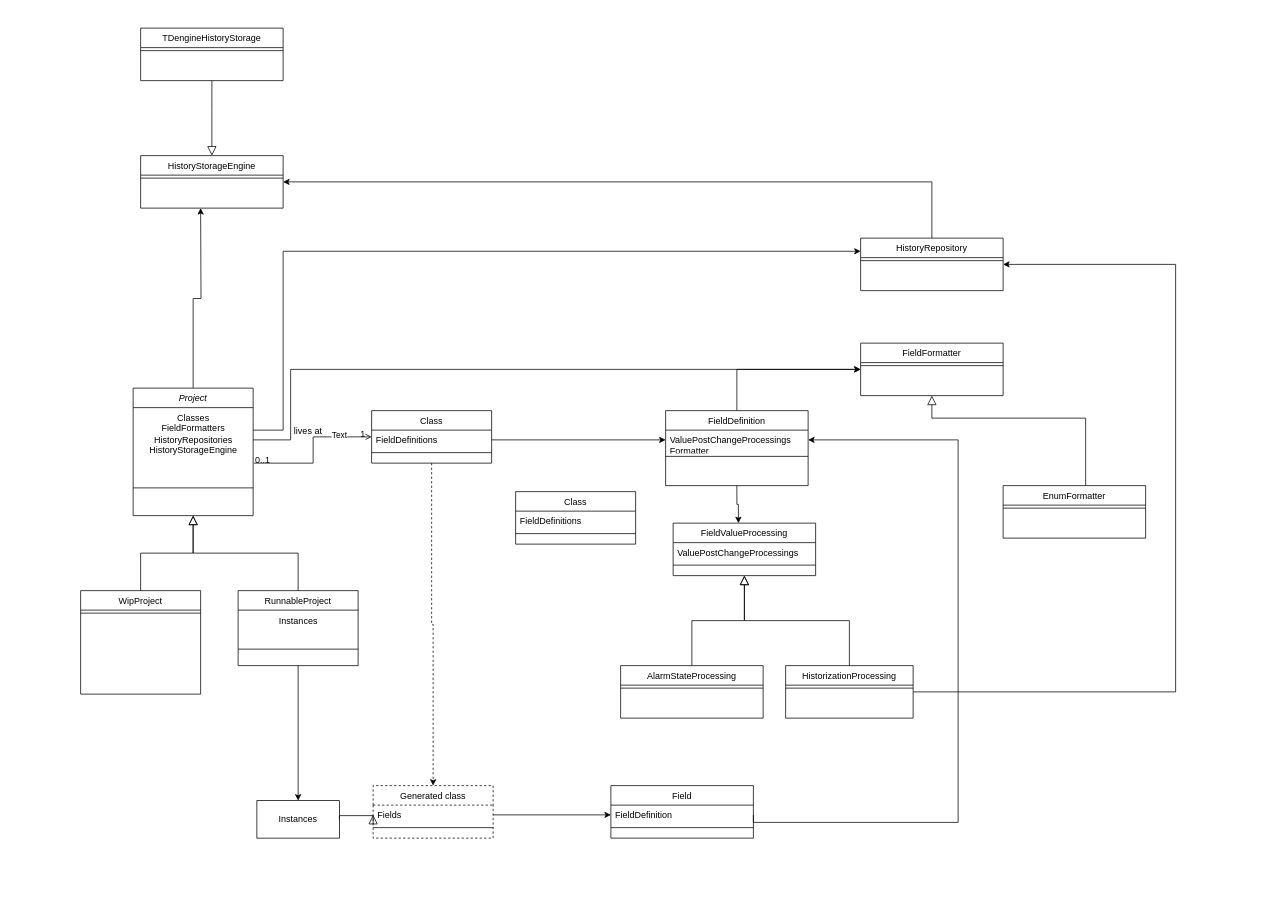
PVanack/pva.SuperV keeps this draw.io diagram as drawings/Structure.drawio. Above is the earlier version. Source tidied: cells renumbered, new cells numbered last; positions are measured from the earlier drawing's top-left corner, leaving out a move shared by most shapes. Both pictures are drawn from the tidied source at 75%, with x=0, y=0 at pixel (80, 28).
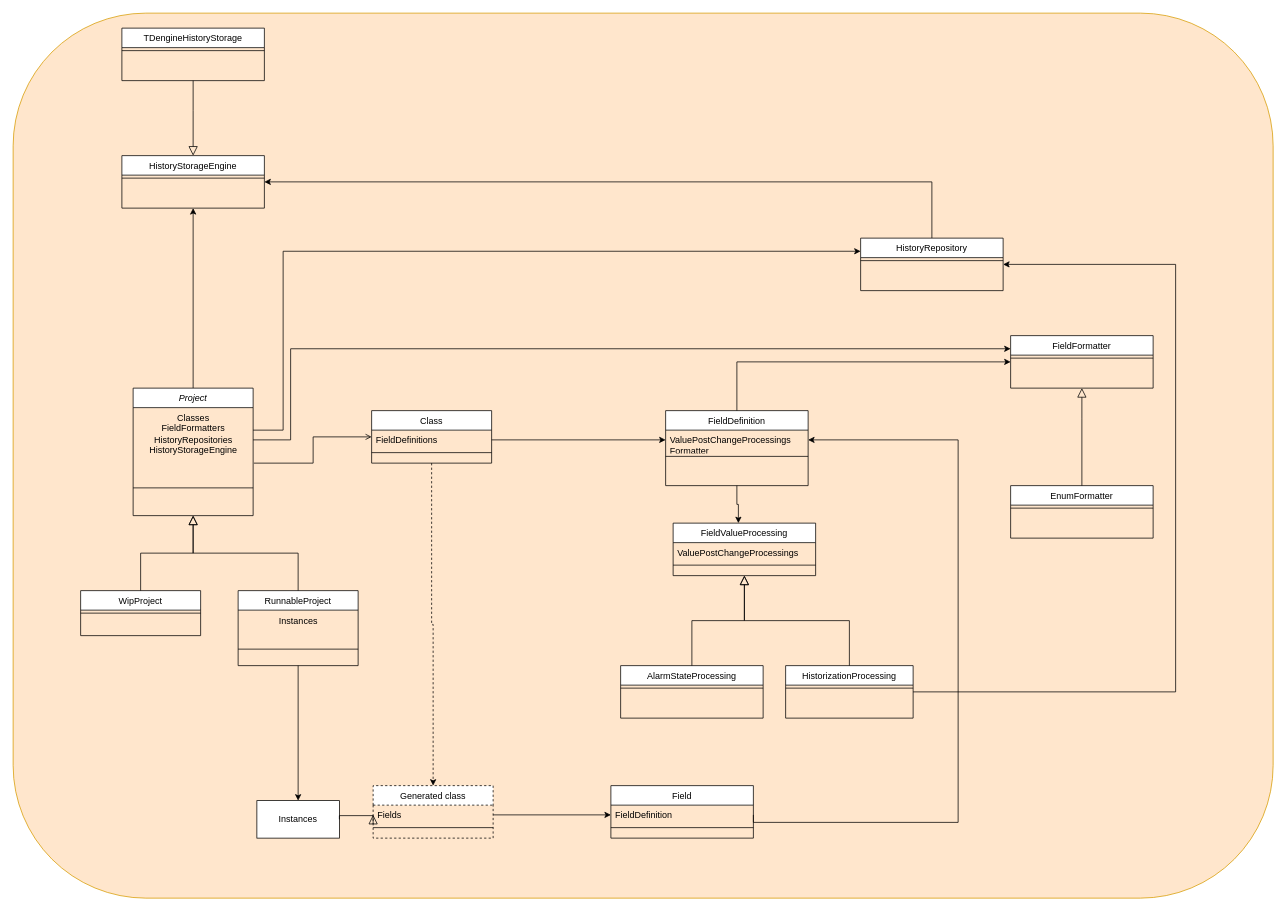
Above is the later version.

The change refers to these unchanged cells:
```xml
<mxCell id="4" value="Project" style="swimlane;fontStyle=2;align=center;verticalAlign=top;horizontal=1;startSize=26;rounded=0;shadow=0;strokeWidth=1;" parent="1" vertex="1">
  <mxGeometry x="70" y="480" width="160" height="170" as="geometry" />
</mxCell>
<mxCell id="19" style="endArrow=open;shadow=0;strokeWidth=1;rounded=0;curved=0;endFill=1;edgeStyle=elbowEdgeStyle;elbow=horizontal;" parent="1" edge="1" target="16">
  <mxGeometry x="0.5" y="41" relative="1" as="geometry">
    <mxPoint x="231" y="580" as="sourcePoint" />
    <mxPoint x="-40" y="32" as="offset" />
  </mxGeometry>
</mxCell>
```

Diff of the diagram source:
```diff
@@
+    <mxCell id="67" style="rounded=1;whiteSpace=wrap;html=1;fillColor=#ffe6cc;strokeColor=#d79b00;" parent="1" vertex="1">
+      <mxGeometry x="-90" y="-20" width="1680" height="1180" as="geometry" />
+    </mxCell>
-    <mxCell id="2" style="edgeStyle=orthogonalEdgeStyle;rounded=0;jettySize=auto;html=1;entryX=0;entryY=0.5;entryDx=0;entryDy=0;" parent="1" edge="1" source="4" target="52">
+    <mxCell id="2" style="edgeStyle=orthogonalEdgeStyle;rounded=0;jettySize=auto;html=1;entryX=0;entryY=0.25;entryDx=0;entryDy=0;" parent="1" edge="1" source="4" target="52">
       <mxGeometry relative="1" as="geometry">
         <Array as="points">
           <mxPoint x="280" y="549" />
-          <mxPoint x="280" y="455" />
+          <mxPoint x="280" y="428" />
         </Array>
       </mxGeometry>
     </mxCell>
-    <mxCell id="3" style="edgeStyle=orthogonalEdgeStyle;rounded=0;jettySize=auto;html=1;" parent="1" edge="1" source="4">
-      <mxGeometry relative="1" as="geometry">
-        <mxPoint x="160" y="240" as="targetPoint" />
-      </mxGeometry>
+    <mxCell id="3" style="edgeStyle=orthogonalEdgeStyle;rounded=0;jettySize=auto;html=1;entryX=0.5;entryY=1;entryDx=0;entryDy=0;" parent="1" edge="1" source="4" target="62">
+      <mxGeometry relative="1" as="geometry" />
     </mxCell>
@@
     <mxCell id="7" value="WipProject" style="swimlane;fontStyle=0;align=center;verticalAlign=top;horizontal=1;startSize=26;rounded=0;shadow=0;strokeWidth=1;" parent="1" vertex="1">
-      <mxGeometry y="750" width="160" height="138" as="geometry" />
+      <mxGeometry y="750" width="160" height="60" as="geometry" />
     </mxCell>
@@
-    <mxCell id="20" value="0..1" style="align=left;verticalAlign=bottom;labelBackgroundColor=none;fontSize=12;" parent="19" vertex="1">
-      <mxGeometry x="-1" relative="1" as="geometry">
-        <mxPoint y="4" as="offset" />
-      </mxGeometry>
-    </mxCell>
-    <mxCell id="21" value="1" style="align=right;verticalAlign=bottom;labelBackgroundColor=none;fontSize=12;" parent="19" vertex="1">
-      <mxGeometry x="1" relative="1" as="geometry">
-        <mxPoint x="-7" y="4" as="offset" />
-      </mxGeometry>
-    </mxCell>
-    <mxCell id="22" value="lives at" style="text;html=1;align=center;verticalAlign=middle;labelBackgroundColor=none;rounded=0;shadow=0;strokeWidth=1;fontSize=12;" parent="19" vertex="1">
-      <mxGeometry x="0.5" y="49" relative="1" as="geometry">
-        <mxPoint x="-38" y="40" as="offset" />
-      </mxGeometry>
-    </mxCell>
-    <mxCell id="23" value="Text" style="edgeLabel;html=1;align=center;verticalAlign=middle;" parent="19" vertex="1">
-      <mxGeometry x="0.54" y="3" relative="1" as="geometry" />
-    </mxCell>
@@
-    <mxCell id="49" value="Class" style="swimlane;fontStyle=0;align=center;verticalAlign=top;horizontal=1;startSize=26;rounded=0;shadow=0;strokeWidth=1;" parent="1" vertex="1">
-      <mxGeometry x="580" y="618" width="160" height="70" as="geometry" />
-    </mxCell>
-    <mxCell id="50" value="FieldDefinitions" style="text;align=left;verticalAlign=top;spacingLeft=4;spacingRight=4;overflow=hidden;" parent="49" vertex="1">
-      <mxGeometry y="26" width="160" height="26" as="geometry" />
-    </mxCell>
-    <mxCell id="51" style="line;html=1;strokeWidth=1;align=left;verticalAlign=middle;spacingTop=-1;spacingLeft=3;spacingRight=3;labelPosition=right;" parent="49" vertex="1">
-      <mxGeometry y="52" width="160" height="8" as="geometry" />
-    </mxCell>
     <mxCell id="52" value="FieldFormatter" style="swimlane;fontStyle=0;align=center;verticalAlign=top;horizontal=1;startSize=26;rounded=0;shadow=0;strokeWidth=1;" parent="1" vertex="1">
-      <mxGeometry x="1040" y="420" width="190" height="70" as="geometry" />
+      <mxGeometry x="1240" y="410" width="190" height="70" as="geometry" />
     </mxCell>
@@
     <mxCell id="54" value="EnumFormatter" style="swimlane;fontStyle=0;align=center;verticalAlign=top;horizontal=1;startSize=26;rounded=0;shadow=0;strokeWidth=1;" parent="1" vertex="1">
-      <mxGeometry x="1230" y="610" width="190" height="70" as="geometry" />
+      <mxGeometry x="1240" y="610" width="190" height="70" as="geometry" />
     </mxCell>
@@
-    <mxCell id="56" style="endArrow=block;endSize=10;endFill=0;shadow=0;strokeWidth=1;rounded=0;curved=0;edgeStyle=elbowEdgeStyle;elbow=vertical;entryX=0.5;entryY=1;entryDx=0;entryDy=0;exitX=0.579;exitY=0;exitDx=0;exitDy=0;exitPerimeter=0;" parent="1" edge="1" source="54" target="52">
+    <mxCell id="56" style="endArrow=block;endSize=10;endFill=0;shadow=0;strokeWidth=1;rounded=0;curved=0;edgeStyle=elbowEdgeStyle;elbow=vertical;entryX=0.5;entryY=1;entryDx=0;entryDy=0;exitX=0.5;exitY=0;exitDx=0;exitDy=0;" parent="1" edge="1" source="54" target="52">
       <mxGeometry relative="1" as="geometry">
         <Array as="points">
           <mxPoint x="1240" y="520" />
         </Array>
       </mxGeometry>
     </mxCell>
@@
     <mxCell id="62" value="HistoryStorageEngine" style="swimlane;fontStyle=0;align=center;verticalAlign=top;horizontal=1;startSize=26;rounded=0;shadow=0;strokeWidth=1;" parent="1" vertex="1">
-      <mxGeometry x="80" y="170" width="190" height="70" as="geometry" />
+      <mxGeometry x="55" y="170" width="190" height="70" as="geometry" />
     </mxCell>
@@
     <mxCell id="64" value="TDengineHistoryStorage" style="swimlane;fontStyle=0;align=center;verticalAlign=top;horizontal=1;startSize=26;rounded=0;shadow=0;strokeWidth=1;" parent="1" vertex="1">
-      <mxGeometry x="80" width="190" height="70" as="geometry" />
+      <mxGeometry x="55" width="190" height="70" as="geometry" />
     </mxCell>
```
